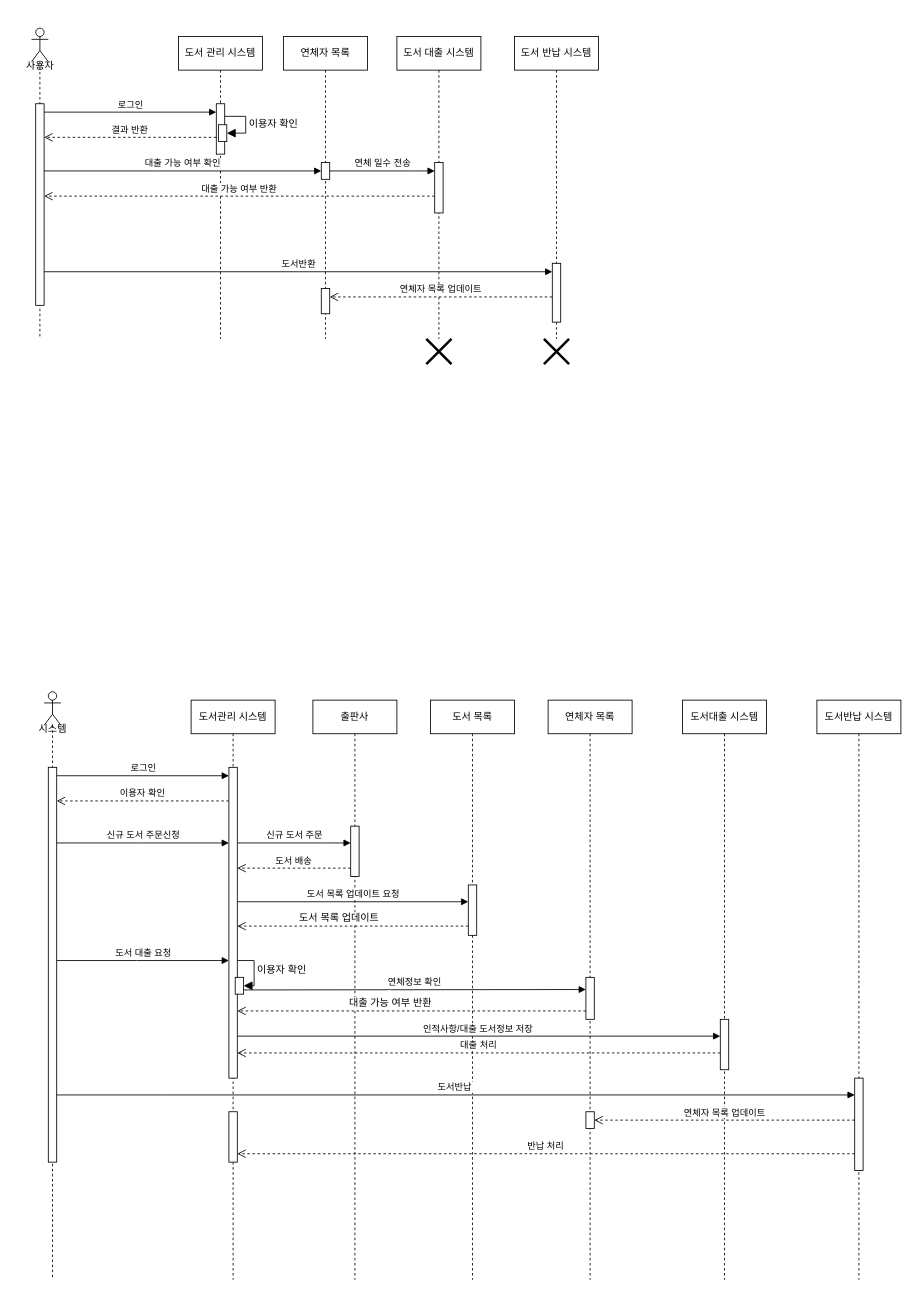
This is Behavioral_Modeling.drawio from ChanY00/-, a draw.io file, before an edit. Source tidied: cells renumbered, new cells numbered last; positions are measured from the earlier drawing's top-left corner, leaving out a move shared by most shapes. Both pictures are drawn from the tidied source at 84%, with x=0, y=0 at pixel (14, 28).
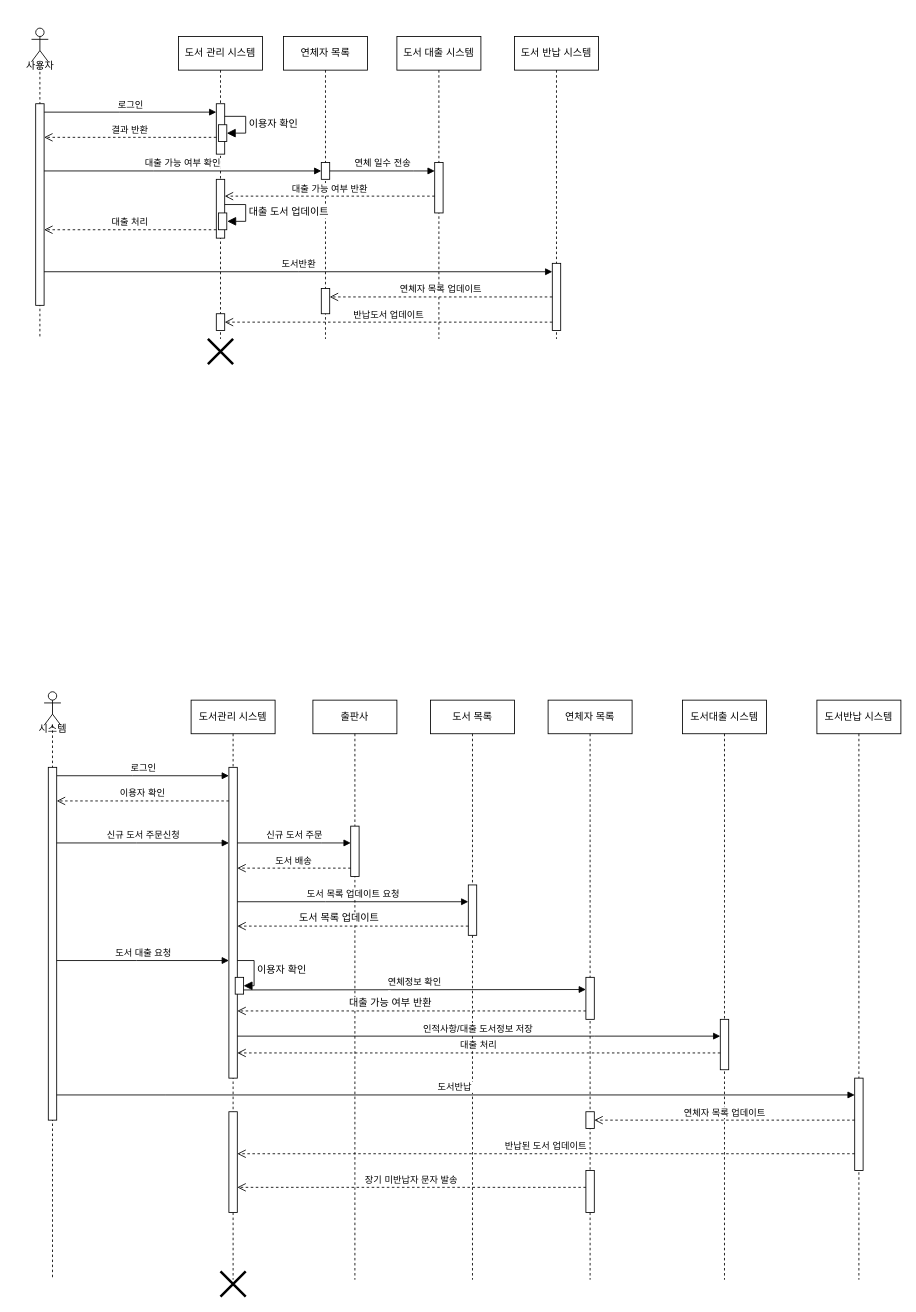
After the change.

The change refers to these unchanged cells:
```xml
<mxCell id="2" value="도서 관리&amp;nbsp;&lt;span style=&quot;background-color: initial;&quot;&gt;시스템&lt;/span&gt;" style="shape=umlLifeline;perimeter=lifelinePerimeter;whiteSpace=wrap;html=1;newEdgeStyle={&quot;edgeStyle&quot;:&quot;elbowEdgeStyle&quot;,&quot;elbow&quot;:&quot;vertical&quot;,&quot;curved&quot;:0,&quot;rounded&quot;:0};" parent="1" vertex="1">
  <mxGeometry x="195" y="10" width="100" height="360" as="geometry" />
</mxCell>
<mxCell id="9" style="html=1;points=[];perimeter=orthogonalPerimeter;outlineConnect=0;targetShapes=umlLifeline;portConstraint=eastwest;newEdgeStyle={&quot;edgeStyle&quot;:&quot;elbowEdgeStyle&quot;,&quot;elbow&quot;:&quot;vertical&quot;,&quot;curved&quot;:0,&quot;rounded&quot;:0};" parent="8" vertex="1">
  <mxGeometry x="5" y="90" width="10" height="240" as="geometry" />
</mxCell>
<mxCell id="15" style="html=1;points=[];perimeter=orthogonalPerimeter;outlineConnect=0;targetShapes=umlLifeline;portConstraint=eastwest;newEdgeStyle={&quot;edgeStyle&quot;:&quot;elbowEdgeStyle&quot;,&quot;elbow&quot;:&quot;vertical&quot;,&quot;curved&quot;:0,&quot;rounded&quot;:0};" parent="14" vertex="1">
  <mxGeometry x="45" y="150" width="10" height="60" as="geometry" />
</mxCell>
<mxCell id="16" value="도서 반납 시스템" style="shape=umlLifeline;perimeter=lifelinePerimeter;whiteSpace=wrap;html=1;newEdgeStyle={&quot;edgeStyle&quot;:&quot;elbowEdgeStyle&quot;,&quot;elbow&quot;:&quot;vertical&quot;,&quot;curved&quot;:0,&quot;rounded&quot;:0};" parent="1" vertex="1">
  <mxGeometry x="595" y="10" width="100" height="360" as="geometry" />
</mxCell>
<mxCell id="19" value="도서관리 시스템" style="shape=umlLifeline;perimeter=lifelinePerimeter;whiteSpace=wrap;html=1;newEdgeStyle={&quot;edgeStyle&quot;:&quot;elbowEdgeStyle&quot;,&quot;elbow&quot;:&quot;vertical&quot;,&quot;curved&quot;:0,&quot;rounded&quot;:0};" parent="1" vertex="1">
  <mxGeometry x="210" y="800" width="100" height="690" as="geometry" />
</mxCell>
<mxCell id="26" value="&lt;div&gt;&lt;br&gt;&lt;/div&gt;&lt;div&gt;&lt;br&gt;&lt;/div&gt;&lt;div&gt;&lt;br&gt;&lt;/div&gt;&lt;div&gt;&lt;br&gt;&lt;/div&gt;&lt;div&gt;&lt;br&gt;&lt;/div&gt;" style="shape=umlLifeline;perimeter=lifelinePerimeter;whiteSpace=wrap;html=1;newEdgeStyle={&quot;curved&quot;:0,&quot;rounded&quot;:0};participant=umlActor;size=40;" parent="1" vertex="1">
  <mxGeometry x="35" y="790" width="20" height="700" as="geometry" />
</mxCell>
<mxCell id="29" value="연체자 목록" style="shape=umlLifeline;perimeter=lifelinePerimeter;whiteSpace=wrap;html=1;newEdgeStyle={&quot;edgeStyle&quot;:&quot;elbowEdgeStyle&quot;,&quot;elbow&quot;:&quot;vertical&quot;,&quot;curved&quot;:0,&quot;rounded&quot;:0};" parent="1" vertex="1">
  <mxGeometry x="635" y="800" width="100" height="690" as="geometry" />
</mxCell>
<mxCell id="35" style="html=1;points=[];perimeter=orthogonalPerimeter;outlineConnect=0;targetShapes=umlLifeline;portConstraint=eastwest;newEdgeStyle={&quot;edgeStyle&quot;:&quot;elbowEdgeStyle&quot;,&quot;elbow&quot;:&quot;vertical&quot;,&quot;curved&quot;:0,&quot;rounded&quot;:0};" parent="34" vertex="1">
  <mxGeometry x="45" y="450" width="10" height="110" as="geometry" />
</mxCell>
```

Change to the diagram source:
```diff
@@
+    <mxCell id="61" style="html=1;points=[];perimeter=orthogonalPerimeter;outlineConnect=0;targetShapes=umlLifeline;portConstraint=eastwest;newEdgeStyle={&quot;edgeStyle&quot;:&quot;elbowEdgeStyle&quot;,&quot;elbow&quot;:&quot;vertical&quot;,&quot;curved&quot;:0,&quot;rounded&quot;:0};" parent="2" vertex="1">
+      <mxGeometry x="45" y="170" width="10" height="70" as="geometry" />
+    </mxCell>
+    <mxCell id="62" style="html=1;perimeter=orthogonalPerimeter;targetShapes=umlLifeline;newEdgeStyle={&quot;curved&quot;:0,&quot;rounded&quot;:0};" parent="2" vertex="1">
+      <mxGeometry x="47.5" y="210" width="10" height="20" as="geometry" />
+    </mxCell>
+    <mxCell id="63" style="html=1;points=[];perimeter=orthogonalPerimeter;outlineConnect=0;targetShapes=umlLifeline;portConstraint=eastwest;newEdgeStyle={&quot;edgeStyle&quot;:&quot;elbowEdgeStyle&quot;,&quot;elbow&quot;:&quot;vertical&quot;,&quot;curved&quot;:0,&quot;rounded&quot;:0};" parent="2" vertex="1">
+      <mxGeometry x="45" y="330" width="10" height="20" as="geometry" />
+    </mxCell>
@@
     <mxCell id="17" style="html=1;points=[];perimeter=orthogonalPerimeter;outlineConnect=0;targetShapes=umlLifeline;portConstraint=eastwest;newEdgeStyle={&quot;edgeStyle&quot;:&quot;elbowEdgeStyle&quot;,&quot;elbow&quot;:&quot;vertical&quot;,&quot;curved&quot;:0,&quot;rounded&quot;:0};" parent="16" vertex="1">
-      <mxGeometry x="45" y="270" width="10" height="70" as="geometry" />
+      <mxGeometry x="45" y="270" width="10" height="80" as="geometry" />
     </mxCell>
@@
     <mxCell id="23" style="html=1;points=[];perimeter=orthogonalPerimeter;outlineConnect=0;targetShapes=umlLifeline;portConstraint=eastwest;newEdgeStyle={&quot;edgeStyle&quot;:&quot;elbowEdgeStyle&quot;,&quot;elbow&quot;:&quot;vertical&quot;,&quot;curved&quot;:0,&quot;rounded&quot;:0};" parent="19" vertex="1">
-      <mxGeometry x="45" y="490" width="10" height="60" as="geometry" />
+      <mxGeometry x="45" y="490" width="10" height="120" as="geometry" />
     </mxCell>
@@
     <mxCell id="27" style="html=1;points=[];perimeter=orthogonalPerimeter;outlineConnect=0;targetShapes=umlLifeline;portConstraint=eastwest;newEdgeStyle={&quot;edgeStyle&quot;:&quot;elbowEdgeStyle&quot;,&quot;elbow&quot;:&quot;vertical&quot;,&quot;curved&quot;:0,&quot;rounded&quot;:0};" parent="26" vertex="1">
-      <mxGeometry x="5" y="90" width="10" height="470" as="geometry" />
+      <mxGeometry x="5" y="90" width="10" height="420" as="geometry" />
     </mxCell>
@@
+    <mxCell id="64" style="html=1;perimeter=orthogonalPerimeter;targetShapes=umlLifeline;newEdgeStyle={&quot;edgeStyle&quot;:&quot;elbowEdgeStyle&quot;,&quot;elbow&quot;:&quot;vertical&quot;,&quot;curved&quot;:0,&quot;rounded&quot;:0};" parent="29" vertex="1">
+      <mxGeometry x="45" y="560" width="10" height="50" as="geometry" />
+    </mxCell>
@@
-    <mxCell id="37" value="대출 가능 여부 반환" style="html=1;verticalAlign=bottom;endArrow=open;dashed=1;endSize=8;edgeStyle=elbowEdgeStyle;elbow=horizontal;curved=0;rounded=0;" parent="1" edge="1" source="15" target="9">
+    <mxCell id="37" value="대출 가능 여부 반환" style="html=1;verticalAlign=bottom;endArrow=open;dashed=1;endSize=8;edgeStyle=elbowEdgeStyle;elbow=horizontal;curved=0;rounded=0;" parent="1" edge="1" source="15" target="61">
       <mxGeometry relative="1" as="geometry">
         <Array as="points">
           <mxPoint x="435" y="200" />
         </Array>
       </mxGeometry>
     </mxCell>
@@
     <mxCell id="40" style="shape=umlDestroy;whiteSpace=wrap;html=1;strokeWidth=3;targetShapes=umlLifeline;" parent="1" vertex="1">
-      <mxGeometry x="490" y="370" width="30" height="30" as="geometry" />
+      <mxGeometry x="230" y="370" width="30" height="30" as="geometry" />
     </mxCell>
-    <mxCell id="41" style="shape=umlDestroy;whiteSpace=wrap;html=1;strokeWidth=3;targetShapes=umlLifeline;" parent="1" vertex="1">
-      <mxGeometry x="630" y="370" width="30" height="30" as="geometry" />
-    </mxCell>
@@
-    <mxCell id="60" value="반납 처리" style="html=1;verticalAlign=bottom;endArrow=open;dashed=1;endSize=8;edgeStyle=elbowEdgeStyle;elbow=vertical;curved=0;rounded=0;" parent="1" edge="1" source="35" target="23">
+    <mxCell id="60" value="반납된 도서 업데이트" style="html=1;verticalAlign=bottom;endArrow=open;dashed=1;endSize=8;edgeStyle=elbowEdgeStyle;elbow=vertical;curved=0;rounded=0;" parent="1" edge="1" source="35" target="23">
       <mxGeometry relative="1" as="geometry">
         <Array as="points">
           <mxPoint x="870" y="1340" />
         </Array>
       </mxGeometry>
     </mxCell>
+    <mxCell id="65" value="장기 미반납자 문자 발송" style="html=1;verticalAlign=bottom;endArrow=open;dashed=1;endSize=8;edgeStyle=elbowEdgeStyle;elbow=vertical;curved=0;rounded=0;" parent="1" edge="1" target="23">
+      <mxGeometry relative="1" as="geometry">
+        <mxPoint x="680" y="1380" as="sourcePoint" />
+        <Array as="points">
+          <mxPoint x="560" y="1380" />
+        </Array>
+      </mxGeometry>
+    </mxCell>
+    <mxCell id="66" style="shape=umlDestroy;whiteSpace=wrap;html=1;strokeWidth=3;targetShapes=umlLifeline;" parent="1" vertex="1">
+      <mxGeometry x="245" y="1480" width="30" height="30" as="geometry" />
+    </mxCell>
+    <mxCell id="67" value="대출 처리" style="html=1;verticalAlign=bottom;endArrow=open;dashed=1;endSize=8;edgeStyle=elbowEdgeStyle;elbow=vertical;curved=0;rounded=0;" parent="1" edge="1">
+      <mxGeometry relative="1" as="geometry">
+        <mxPoint x="240" y="240" as="sourcePoint" />
+        <mxPoint x="35" y="240" as="targetPoint" />
+        <Array as="points">
+          <mxPoint x="120" y="240" />
+        </Array>
+      </mxGeometry>
+    </mxCell>
+    <mxCell id="68" value="대출 도서 업데이트" style="html=1;align=left;spacingLeft=2;endArrow=block;rounded=0;edgeStyle=orthogonalEdgeStyle;curved=0;rounded=0;fontSize=12;startSize=8;endSize=8;" parent="1" edge="1">
+      <mxGeometry relative="1" as="geometry">
+        <mxPoint x="250" y="210" as="sourcePoint" />
+        <mxPoint x="253" y="230" as="targetPoint" />
+        <Array as="points">
+          <mxPoint x="275" y="210" />
+          <mxPoint x="275" y="230" />
+        </Array>
+      </mxGeometry>
+    </mxCell>
+    <mxCell id="69" value="반납도서 업데이트" style="html=1;verticalAlign=bottom;endArrow=open;dashed=1;endSize=8;edgeStyle=elbowEdgeStyle;elbow=horizontal;curved=0;rounded=0;" parent="1" edge="1" target="63">
+      <mxGeometry relative="1" as="geometry">
+        <mxPoint x="640" y="350" as="sourcePoint" />
+        <Array as="points">
+          <mxPoint x="505" y="350" />
+        </Array>
+      </mxGeometry>
+    </mxCell>
```
